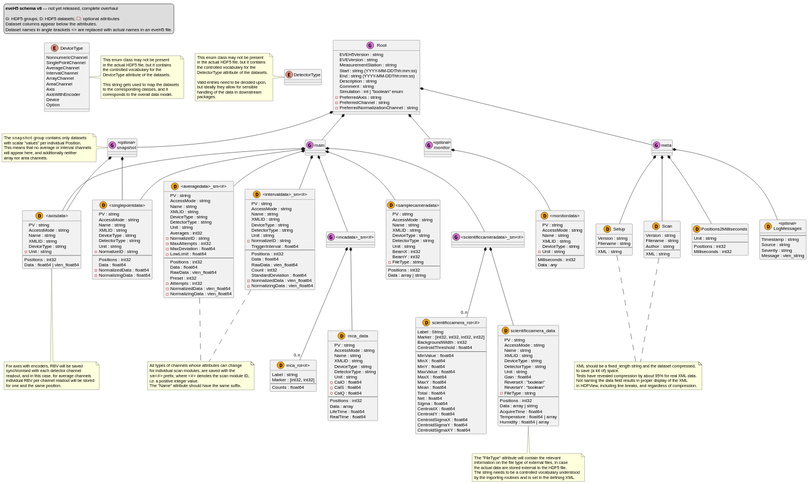
Before: docs/uml/eveh5-v8.svg, a diagram exported from PlantUML (tillbiskup/evedata).
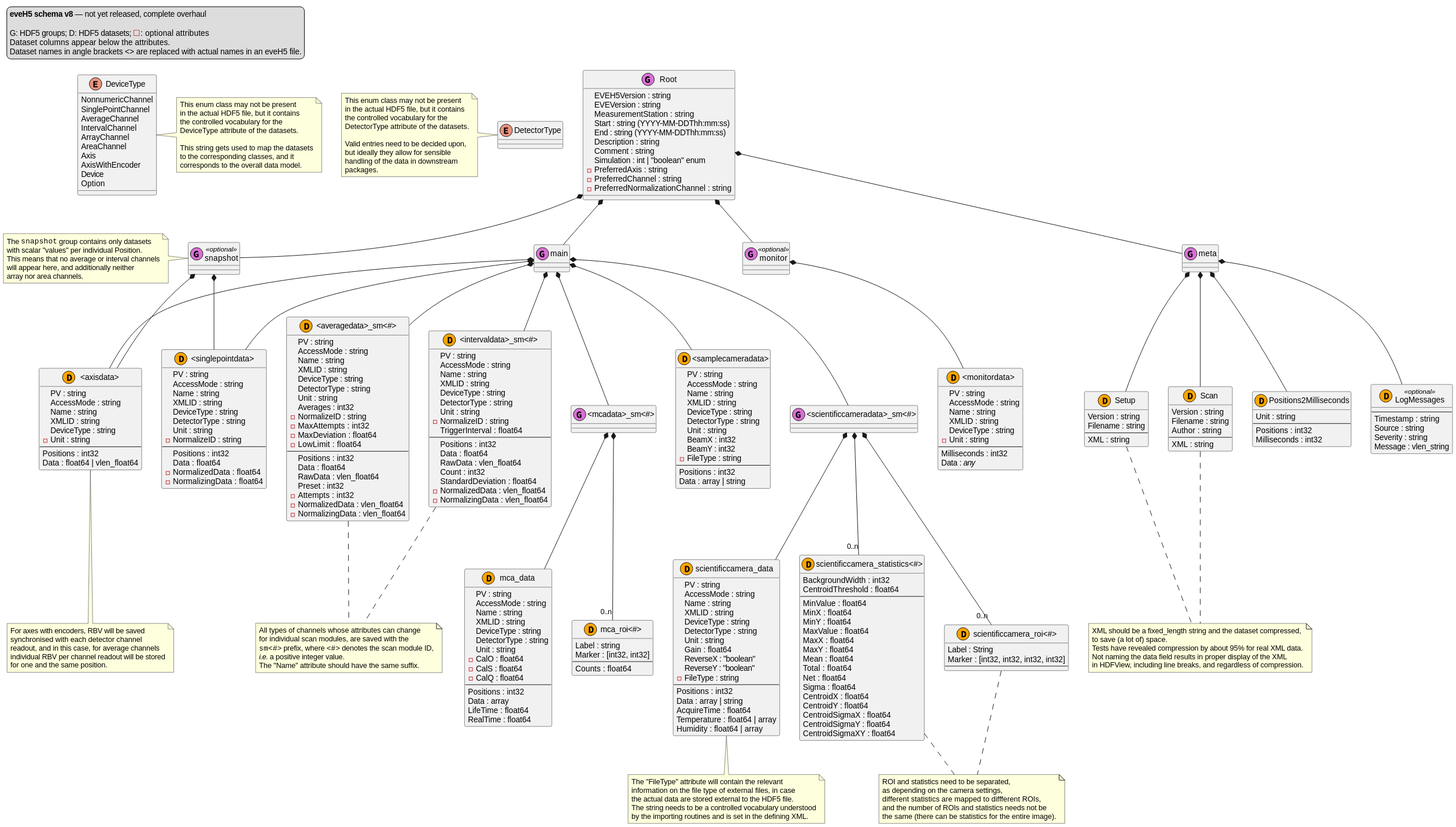
Later version of the same file.

Commit message:
Separated ROIs and statistics for scientific cameras.

What changed in the source:
```diff
@@ -248,6 +248,7 @@
 
 "<scientificcameradata>_sm<#>" *-- scientificcamera_data
 "<scientificcameradata>_sm<#>" *-- "0..n" "scientificcamera_roi<#>"
+"<scientificcameradata>_sm<#>" *-- "0..n" "scientificcamera_statistics<#>"
 
 class scientificcamera_data << (D,orange) >> {
     PV : string
@@ -280,6 +281,10 @@
 class "scientificcamera_roi<#>" << (D,orange) >> {
     Label : String
     Marker : [int32, int32, int32, int32]
+    --
+}
+
+class "scientificcamera_statistics<#>" << (D,orange) >> {
     BackgroundWidth : int32
     CentroidThreshold : float64
     --
@@ -306,6 +311,18 @@
     --
     XML : string
 }
+
+note as scientificcamera_note
+    ROI and statistics need to be separated,
+    as depending on the camera settings,
+    different statistics are mapped to diffferent ROIs,
+    and the number of ROIs and statistics needs not be
+    the same (there can be statistics for the entire image).
+endnote
+
+"scientificcamera_roi<#>" .. scientificcamera_note
+"scientificcamera_statistics<#>" .. scientificcamera_note
+
 
 class Scan << (D,orange) >> {
     Version : string
```
